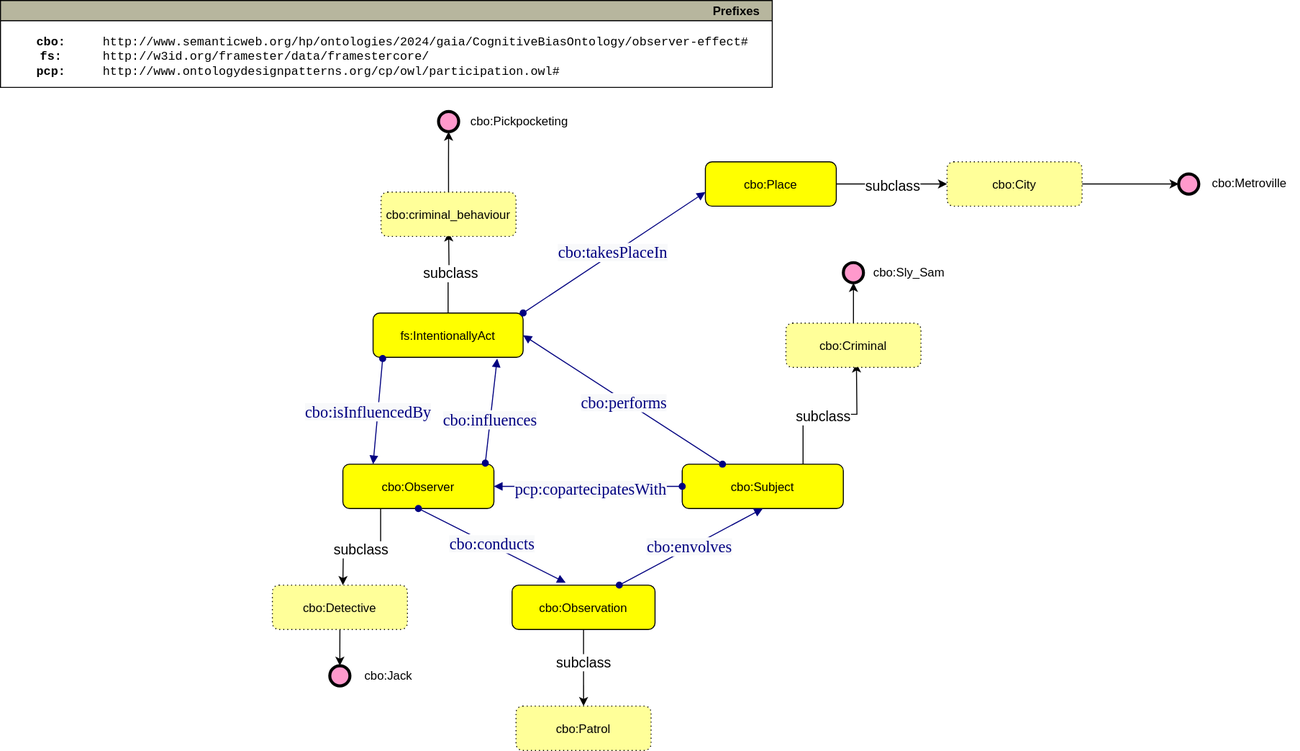
Above: uml ontologies/uml observer effect bias.svg in SleepingSteven/CognitiveBiasesOntology (draw.io), before the change. Source tidied: cells renumbered, new cells last; positions are measured from the earlier drawing's top-left corner, leaving out a move shared by most shapes.
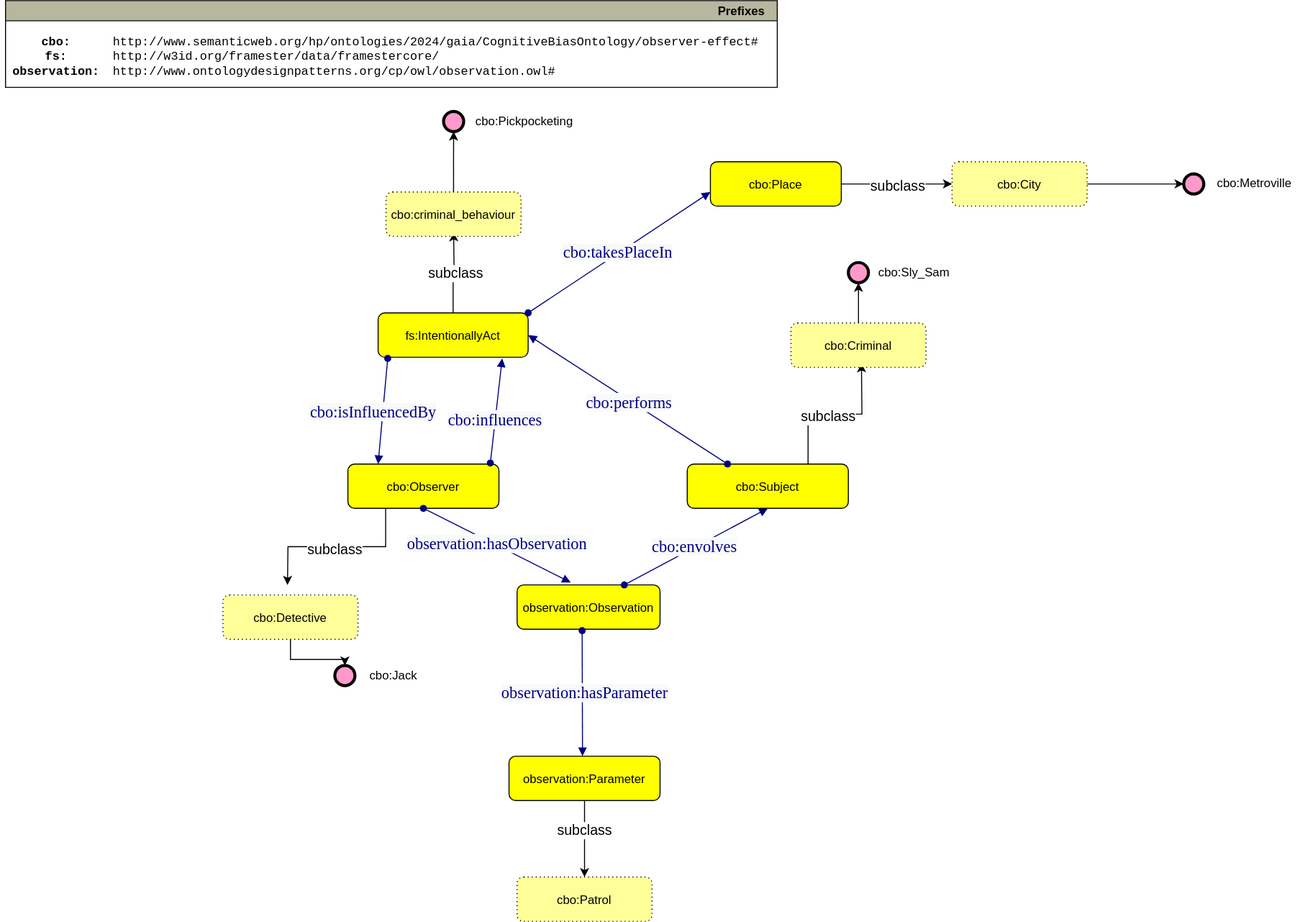
After the commit.

Commit message:
cambiamenti observer effect

Change to the diagram source:
```diff
@@ -17,7 +17,7 @@
     </mxCell>
     <mxCell id="5" style="edgeStyle=orthogonalEdgeStyle;rounded=0;jettySize=auto;html=1;exitX=0.25;exitY=1;exitDx=0;exitDy=0;" parent="1" edge="1" source="7">
       <mxGeometry relative="1" as="geometry">
-        <mxPoint x="340" y="580" as="targetPoint" />
+        <mxPoint x="280" y="580" as="targetPoint" />
       </mxGeometry>
     </mxCell>
     <mxCell id="6" value="&lt;span style=&quot;font-size: 14px;&quot;&gt;subclass&lt;/span&gt;" style="edgeLabel;html=1;align=center;verticalAlign=middle;" parent="5" vertex="1">
@@ -39,13 +39,7 @@
     <mxCell id="10" value="fs:IntentionallyAct" style="graphMlID=n4;shape=rect;rounded=1;arcsize=30;fillColor=#ffff00;strokeColor=#000000;strokeWidth=1.0;" parent="1" vertex="1">
       <mxGeometry x="370" y="310" width="149" height="44" as="geometry" />
     </mxCell>
-    <mxCell id="11" style="edgeStyle=orthogonalEdgeStyle;rounded=0;jettySize=auto;html=1;exitX=0.5;exitY=1;exitDx=0;exitDy=0;entryX=0.5;entryY=0;entryDx=0;entryDy=0;" parent="1" edge="1" source="13" target="29">
-      <mxGeometry relative="1" as="geometry" />
-    </mxCell>
-    <mxCell id="12" value="&lt;span style=&quot;font-size: 14px;&quot;&gt;subclass&lt;/span&gt;" style="edgeLabel;html=1;align=center;verticalAlign=middle;" parent="11" vertex="1">
-      <mxGeometry x="-0.15" y="-1" relative="1" as="geometry" />
-    </mxCell>
-    <mxCell id="13" value="cbo:Observation" style="graphMlID=n4;shape=rect;rounded=1;arcsize=30;fillColor=#ffff00;strokeColor=#000000;strokeWidth=1.0;" parent="1" vertex="1">
+    <mxCell id="13" value="observation:Observation" style="graphMlID=n4;shape=rect;rounded=1;arcsize=30;fillColor=#ffff00;strokeColor=#000000;strokeWidth=1.0;" parent="1" vertex="1">
       <mxGeometry x="508" y="580" width="142" height="44" as="geometry" />
     </mxCell>
     <mxCell id="14" style="edgeStyle=orthogonalEdgeStyle;rounded=0;jettySize=auto;html=1;exitX=1;exitY=0.5;exitDx=0;exitDy=0;entryX=0;entryY=0.5;entryDx=0;entryDy=0;" parent="1" edge="1" source="16" target="43">
@@ -82,7 +76,7 @@
     <mxCell id="23" style="graphMlID=e0;rounded=0;endArrow=block;strokeColor=#000080;strokeWidth=1.0;startArrow=oval;startFill=1;endFill=1;exitX=0.5;exitY=1;exitDx=0;exitDy=0;entryX=0.375;entryY=-0.055;entryDx=0;entryDy=0;entryPerimeter=0;" parent="1" edge="1" source="7" target="13">
       <mxGeometry relative="1" as="geometry" />
     </mxCell>
-    <mxCell id="24" value="&lt;font face=&quot;dialog&quot; color=&quot;#000080&quot;&gt;&lt;span style=&quot;font-size: 16px; background-color: rgb(248, 249, 250);&quot;&gt;cbo:conducts&lt;/span&gt;&lt;/font&gt;" style="text;html=1;align=center;verticalAlign=middle;labelBackgroundColor=#ffffff;" parent="23" vertex="1">
+    <mxCell id="24" value="&lt;font face=&quot;dialog&quot; color=&quot;#000080&quot;&gt;&lt;span style=&quot;font-size: 16px; background-color: rgb(248, 249, 250);&quot;&gt;observation:hasObservation&lt;/span&gt;&lt;/font&gt;" style="text;html=1;align=center;verticalAlign=middle;labelBackgroundColor=#ffffff;" parent="23" vertex="1">
       <mxGeometry x="-0.02" y="2" relative="1" as="geometry" />
     </mxCell>
     <mxCell id="25" style="graphMlID=e0;rounded=0;endArrow=block;strokeColor=#000080;strokeWidth=1.0;startArrow=oval;startFill=1;endFill=1;exitX=0.75;exitY=0;exitDx=0;exitDy=0;entryX=0.5;entryY=1;entryDx=0;entryDy=0;" parent="1" edge="1" source="13" target="4">
@@ -100,7 +94,7 @@
       <mxGeometry x="-0.02" y="2" relative="1" as="geometry" />
     </mxCell>
     <mxCell id="29" value="cbo:Patrol" style="graphMlID=n5;shape=rect;rounded=1;arcsize=30;fillColor=#ffff99;strokeColor=#000000;strokeWidth=1.0;dashed=1;dashPattern=1 3;" parent="1" vertex="1">
-      <mxGeometry x="512" y="700" width="134.1" height="44" as="geometry" />
+      <mxGeometry x="507.9" y="870" width="134.1" height="44" as="geometry" />
     </mxCell>
     <mxCell id="30" style="edgeStyle=orthogonalEdgeStyle;rounded=0;jettySize=auto;html=1;exitX=0.5;exitY=0;exitDx=0;exitDy=0;" parent="1" edge="1" source="31" target="32">
       <mxGeometry relative="1" as="geometry" />
@@ -118,7 +112,7 @@
       <mxGeometry relative="1" as="geometry" />
     </mxCell>
     <mxCell id="35" value="cbo:Detective" style="graphMlID=n5;shape=rect;rounded=1;arcsize=30;fillColor=#ffff99;strokeColor=#000000;strokeWidth=1.0;dashed=1;dashPattern=1 3;" parent="1" vertex="1">
-      <mxGeometry x="270" y="580" width="134.1" height="44" as="geometry" />
+      <mxGeometry x="215.9" y="590" width="134.1" height="44" as="geometry" />
     </mxCell>
     <mxCell id="36" style="graphMlID=n9;shape=ellipse;fillColor=#ff99cc;strokeColor=#000000;strokeWidth=3.0;verticalAlign=middle;labelPosition=right;verticalLabelPosition=middle;align=left;spacingRight=1;spacing=17;" parent="1" vertex="1">
       <mxGeometry x="327" y="660" width="20" height="20" as="geometry" />
@@ -150,20 +144,31 @@
     <mxCell id="45" value="Prefixes" style="graphMlID=n0;shape=swimlane;startSize=20;fillColor=#b7b69e;strokeColor=#000000;strokeWidth=1.0;align=right;spacingRight=10;fontStyle=1;" parent="1" vertex="1">
       <mxGeometry width="766.4" height="86.1" as="geometry" />
     </mxCell>
-    <mxCell id="46" value="&lt;b&gt;cbo:&lt;br&gt;fs:&lt;br&gt;pcp:&lt;/b&gt;" style="text;html=1;align=center;verticalAlign=middle;fontFamily=Courier New;" parent="45" vertex="1">
-      <mxGeometry x="25" y="26.1" width="50" height="60" as="geometry" />
+    <mxCell id="46" value="&lt;b&gt;cbo:&lt;br&gt;fs:&lt;br&gt;observation:&lt;/b&gt;" style="text;html=1;align=center;verticalAlign=middle;fontFamily=Courier New;" parent="45" vertex="1">
+      <mxGeometry x="-5" y="26.1" width="110" height="60" as="geometry" />
     </mxCell>
-    <mxCell id="47" value="http://www.semanticweb.org/hp/ontologies/2024/gaia/CognitiveBiasOntology/observer-effect#&lt;br&gt;http://w3id.org/framester/data/framestercore/&lt;br&gt;http://www.ontologydesignpatterns.org/cp/owl/participation.owl#" style="text;html=1;align=left;verticalAlign=middle;fontFamily=Courier New;" parent="45" vertex="1">
-      <mxGeometry x="100" y="26.1" width="660" height="60" as="geometry" />
+    <mxCell id="47" value="http://www.semanticweb.org/hp/ontologies/2024/gaia/CognitiveBiasOntology/observer-effect#&lt;br&gt;http://w3id.org/framester/data/framestercore/&lt;br&gt;http://www.ontologydesignpatterns.org/cp/owl/observation.owl#" style="text;html=1;align=left;verticalAlign=middle;fontFamily=Courier New;" parent="45" vertex="1">
+      <mxGeometry x="105" y="26.1" width="660" height="60" as="geometry" />
     </mxCell>
     <mxCell id="48" style="graphMlID=n9;shape=ellipse;fillColor=#ff99cc;strokeColor=#000000;strokeWidth=3.0;verticalAlign=middle;labelPosition=right;verticalLabelPosition=middle;align=left;spacingRight=1;spacing=17;" parent="1" vertex="1">
       <mxGeometry x="1170" y="172" width="20" height="20" as="geometry" />
     </mxCell>
-    <mxCell id="49" style="graphMlID=e0;rounded=0;endArrow=block;strokeColor=#000080;strokeWidth=1.0;startArrow=oval;startFill=1;endFill=1;entryX=1;entryY=0.5;entryDx=0;entryDy=0;exitX=0;exitY=0.5;exitDx=0;exitDy=0;" parent="1" edge="1" source="4" target="7">
-      <mxGeometry relative="1" as="geometry" />
-    </mxCell>
-    <mxCell id="50" value="&lt;font face=&quot;dialog&quot; color=&quot;#000080&quot;&gt;&lt;span style=&quot;font-size: 16px; background-color: rgb(248, 249, 250);&quot;&gt;pcp:copartecipatesWith&lt;/span&gt;&lt;/font&gt;" style="text;html=1;align=center;verticalAlign=middle;labelBackgroundColor=#ffffff;" parent="49" vertex="1">
-      <mxGeometry x="-0.02" y="2" relative="1" as="geometry" />
-    </mxCell>
+    <mxCell id="51" style="graphMlID=e0;rounded=0;endArrow=block;strokeColor=#000080;strokeWidth=1.0;startArrow=oval;startFill=1;endFill=1;exitX=0.455;exitY=1.032;exitDx=0;exitDy=0;exitPerimeter=0;" parent="1" edge="1" source="13">
+      <mxGeometry relative="1" as="geometry">
+        <mxPoint x="573" y="750" as="targetPoint" />
+      </mxGeometry>
+    </mxCell>
+    <mxCell id="52" value="&lt;font face=&quot;dialog&quot; color=&quot;#000080&quot;&gt;&lt;span style=&quot;font-size: 16px; background-color: rgb(248, 249, 250);&quot;&gt;observation:hasParameter&lt;/span&gt;&lt;/font&gt;" style="text;html=1;align=center;verticalAlign=middle;labelBackgroundColor=#ffffff;" parent="51" vertex="1">
+      <mxGeometry x="-0.02" y="2" relative="1" as="geometry" />
+    </mxCell>
+    <mxCell id="53" style="edgeStyle=orthogonalEdgeStyle;rounded=0;jettySize=auto;html=1;exitX=0.5;exitY=1;exitDx=0;exitDy=0;entryX=0.5;entryY=0;entryDx=0;entryDy=0;" parent="1" edge="1" source="54" target="29">
+      <mxGeometry relative="1" as="geometry" />
+    </mxCell>
+    <mxCell id="12" value="&lt;span style=&quot;font-size: 14px;&quot;&gt;subclass&lt;/span&gt;" style="edgeLabel;html=1;align=center;verticalAlign=middle;" parent="53" vertex="1">
+      <mxGeometry x="-0.22" relative="1" as="geometry" />
+    </mxCell>
+    <mxCell id="54" value="observation:Parameter" style="graphMlID=n4;shape=rect;rounded=1;arcsize=30;fillColor=#ffff00;strokeColor=#000000;strokeWidth=1.0;" parent="1" vertex="1">
+      <mxGeometry x="500" y="750" width="150" height="44" as="geometry" />
+    </mxCell>
   </root>
 </mxGraphModel>
```
